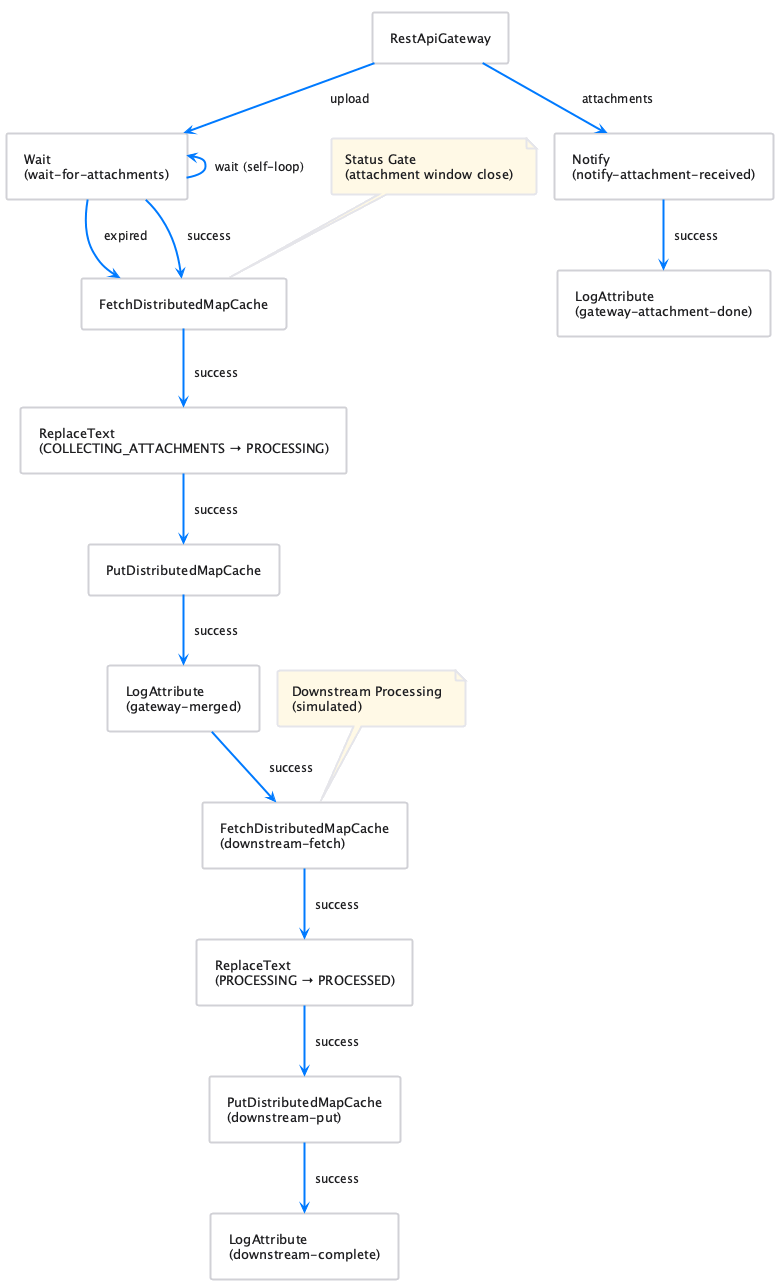
Above: doc/plantuml/attachment-flow.png in cuioss/nifi-extensions (PlantUML), before the change.
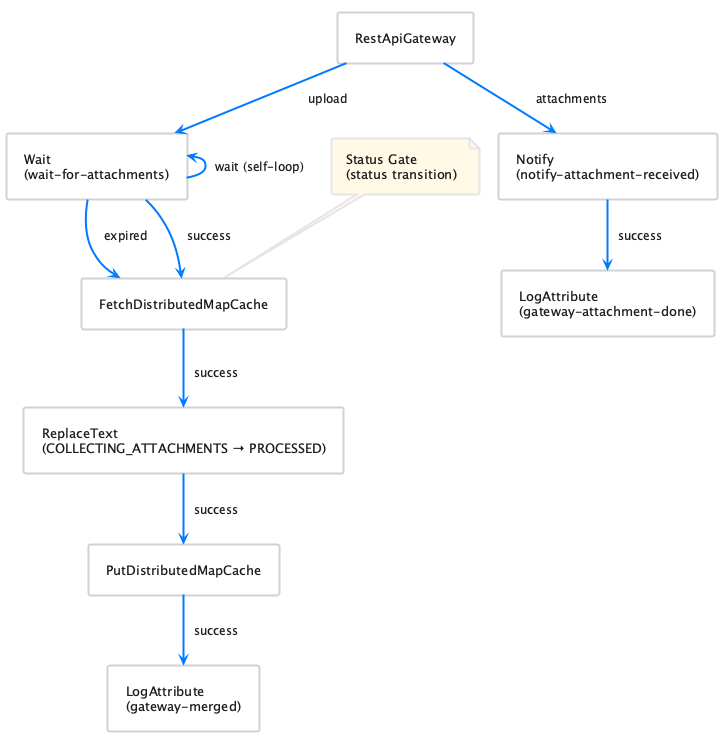
The same file after the commit.

Commit message:
fix: simplify to single-step status transition for CI reliability

What changed in the source:
```diff
@@ -6,17 +6,11 @@
 rectangle "Wait\n(wait-for-attachments)" as wait
 rectangle "Notify\n(notify-attachment-received)" as notify
 
-note "Status Gate\n(attachment window close)" as n1
+note "Status Gate\n(status transition)" as n1
 rectangle "FetchDistributedMapCache" as fetch
-rectangle "ReplaceText\n(COLLECTING_ATTACHMENTS → PROCESSING)" as replace
+rectangle "ReplaceText\n(COLLECTING_ATTACHMENTS → PROCESSED)" as replace
 rectangle "PutDistributedMapCache" as put
 rectangle "LogAttribute\n(gateway-merged)" as logMerged
-
-note "Downstream Processing\n(simulated)" as n2
-rectangle "FetchDistributedMapCache\n(downstream-fetch)" as fetch2
-rectangle "ReplaceText\n(PROCESSING → PROCESSED)" as replace2
-rectangle "PutDistributedMapCache\n(downstream-put)" as put2
-rectangle "LogAttribute\n(downstream-complete)" as logComplete
 
 rectangle "LogAttribute\n(gateway-attachment-done)" as logAttach
 
@@ -31,10 +25,4 @@
 put -down-> logMerged : success
 
 n1 .. fetch
-n2 .. fetch2
-
-logMerged -down-> fetch2 : success
-fetch2 -down-> replace2 : success
-replace2 -down-> put2 : success
-put2 -down-> logComplete : success
 @enduml
```
